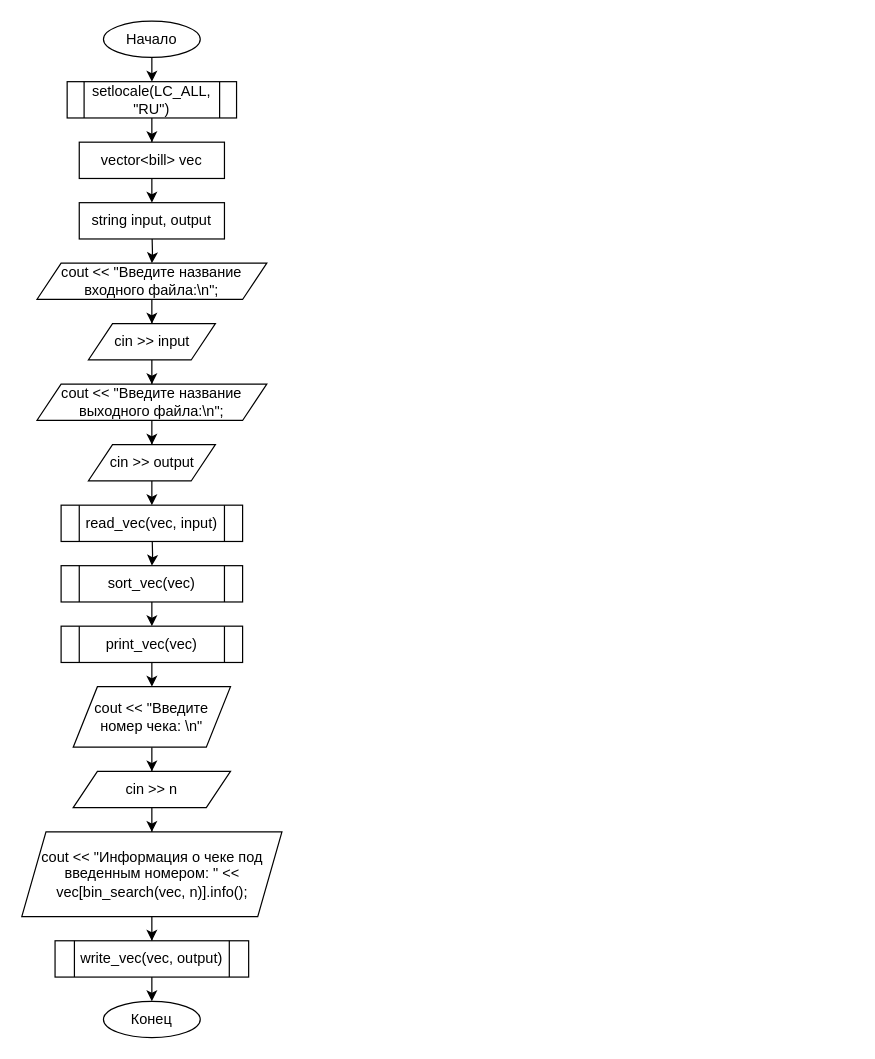
Earlier version of the draw.io diagram Algo_dann_2_curs/pics/Pr_11.drawio (Idontlikeni/Uni_docs). Source tidied: cells renumbered, new cells numbered last; positions are measured from the earlier drawing's top-left corner, leaving out a move shared by most shapes. Both pictures are drawn from the tidied source at 121%, with x=0, y=0 at pixel (21, 21).
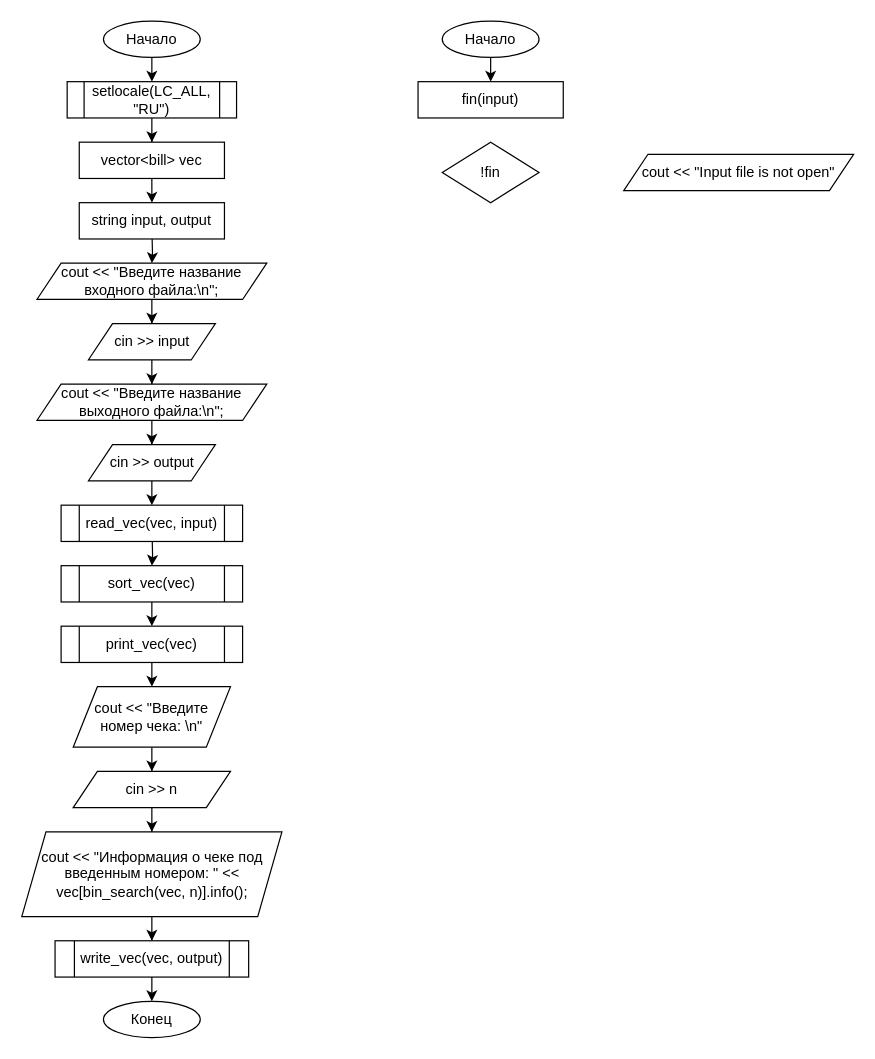
After the change.

What changed in the source:
```diff
@@
+    <mxCell id="33" style="edgeStyle=orthogonalEdgeStyle;rounded=0;jettySize=auto;html=1;exitX=0.5;exitY=1;exitDx=0;exitDy=0;entryX=0.5;entryY=0;entryDx=0;entryDy=0;" parent="1" edge="1" source="34" target="35">
+      <mxGeometry relative="1" as="geometry" />
+    </mxCell>
+    <mxCell id="34" value="Начало" style="ellipse;whiteSpace=wrap;html=1;" parent="1" vertex="1">
+      <mxGeometry x="348" width="80" height="30" as="geometry" />
+    </mxCell>
+    <mxCell id="35" value="fin(input)" style="rounded=0;whiteSpace=wrap;html=1;" parent="1" vertex="1">
+      <mxGeometry x="328" y="50" width="120" height="30" as="geometry" />
+    </mxCell>
+    <mxCell id="36" value="!fin" style="rhombus;whiteSpace=wrap;html=1;" parent="1" vertex="1">
+      <mxGeometry x="348" y="100" width="80" height="50" as="geometry" />
+    </mxCell>
+    <mxCell id="37" value="cout &amp;lt;&amp;lt; &quot;Input file is not open&quot;" style="shape=parallelogram;perimeter=parallelogramPerimeter;whiteSpace=wrap;html=1;fixedSize=1;" parent="1" vertex="1">
+      <mxGeometry x="498" y="110" width="190" height="30" as="geometry" />
+    </mxCell>
```
